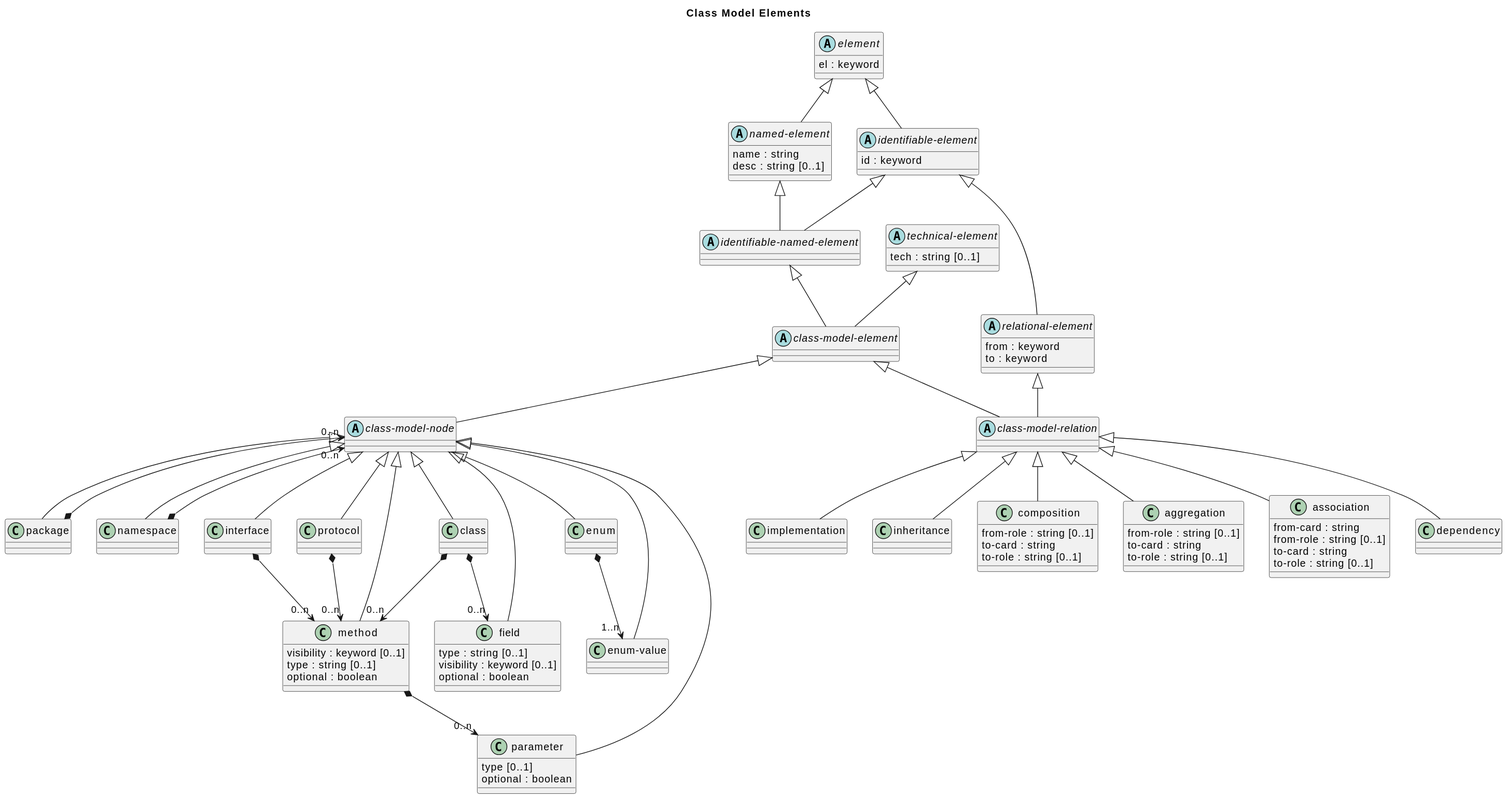
soulspace-org/overarch keeps this PlantUML diagram as doc/images/overarch/data-model/class-model-elements.svg. Above is the earlier version. The source it was exported from:
```plantuml
@startuml
title Class Model Elements
abstract class "element" as overarch_dataModel_element {
  el : keyword
}
abstract class "identifiable-element" as overarch_dataModel_identifiableElement {
  id : keyword
}
abstract class "named-element" as overarch_dataModel_namedElement {
  name : string
  desc : string [0..1]
}
abstract class "identifiable-named-element" as overarch_dataModel_identifiableNamedElement {}
abstract class "relational-element" as overarch_dataModel_relationalElement {
  from : keyword
  to : keyword
}
abstract class "technical-element" as overarch_dataModel_technicalElement {
  tech : string [0..1]
}
abstract class "class-model-element" as overarch_dataModel_classModelElement {}
abstract class "class-model-node" as overarch_dataModel_classModelNode {}
abstract class "class-model-relation" as overarch_dataModel_classModelRelation {}
class "package" as overarch_dataModel_package {}
class "namespace" as overarch_dataModel_namespace {}
class "interface" as overarch_dataModel_interface {}
class "protocol" as overarch_dataModel_protocol {}
class "class" as overarch_dataModel_class {}
class "enum" as overarch_dataModel_enum {}
class "enum-value" as overarch_dataModel_enumValue {}
class "field" as overarch_dataModel_field {
  type : string [0..1]
  visibility : keyword [0..1]
  optional : boolean
}
class "method" as overarch_dataModel_method {
  visibility : keyword [0..1]
  type : string [0..1]
  optional : boolean
}
class "parameter" as overarch_dataModel_parameter {
  type [0..1]
  optional : boolean
}
class "implementation" as overarch_dataModel_implementation {}
class "inheritance" as overarch_dataModel_inheritance {}
class "composition" as overarch_dataModel_composition {
  from-role : string [0..1]
  to-card : string
  to-role : string [0..1]
}
class "aggregation" as overarch_dataModel_aggregation {
  from-role : string [0..1]
  to-card : string
  to-role : string [0..1]
}
class "association" as overarch_dataModel_association {
  from-card : string
  from-role : string [0..1]
  to-card : string
  to-role : string [0..1]
}
class "dependency" as overarch_dataModel_dependency {}
overarch_dataModel_element <|-- overarch_dataModel_identifiableElement
overarch_dataModel_element <|-- overarch_dataModel_namedElement
overarch_dataModel_identifiableElement <|-- overarch_dataModel_identifiableNamedElement
overarch_dataModel_namedElement <|-- overarch_dataModel_identifiableNamedElement
overarch_dataModel_identifiableElement <|-- overarch_dataModel_relationalElement
overarch_dataModel_identifiableNamedElement <|-- overarch_dataModel_classModelElement
overarch_dataModel_technicalElement <|-- overarch_dataModel_classModelElement
overarch_dataModel_classModelElement <|-- overarch_dataModel_classModelNode
overarch_dataModel_classModelElement <|-- overarch_dataModel_classModelRelation
overarch_dataModel_relationalElement <|-- overarch_dataModel_classModelRelation
overarch_dataModel_classModelNode <|-- overarch_dataModel_package
overarch_dataModel_package *-->  "0..n" overarch_dataModel_classModelNode
overarch_dataModel_classModelNode <|-- overarch_dataModel_namespace
overarch_dataModel_namespace *-->  "0..n" overarch_dataModel_classModelNode
overarch_dataModel_classModelNode <|-- overarch_dataModel_interface
overarch_dataModel_interface *-->  "0..n" overarch_dataModel_method
overarch_dataModel_classModelNode <|-- overarch_dataModel_protocol
overarch_dataModel_protocol *-->  "0..n" overarch_dataModel_method
overarch_dataModel_classModelNode <|-- overarch_dataModel_class
overarch_dataModel_classModelNode <|-- overarch_dataModel_field
overarch_dataModel_class *-->  "0..n" overarch_dataModel_field
overarch_dataModel_classModelNode <|-- overarch_dataModel_method
overarch_dataModel_class *-->  "0..n" overarch_dataModel_method
overarch_dataModel_classModelNode <|-- overarch_dataModel_parameter
overarch_dataModel_method *-->  "0..n" overarch_dataModel_parameter
overarch_dataModel_classModelNode <|-- overarch_dataModel_enum
overarch_dataModel_enum *-->  "1..n" overarch_dataModel_enumValue
overarch_dataModel_classModelNode <|-- overarch_dataModel_enumValue
overarch_dataModel_classModelRelation <|-- overarch_dataModel_implementation
overarch_dataModel_classModelRelation <|-- overarch_dataModel_inheritance
overarch_dataModel_classModelRelation <|-- overarch_dataModel_composition
overarch_dataModel_classModelRelation <|-- overarch_dataModel_aggregation
overarch_dataModel_classModelRelation <|-- overarch_dataModel_association
overarch_dataModel_classModelRelation <|-- overarch_dataModel_dependency
@enduml
```
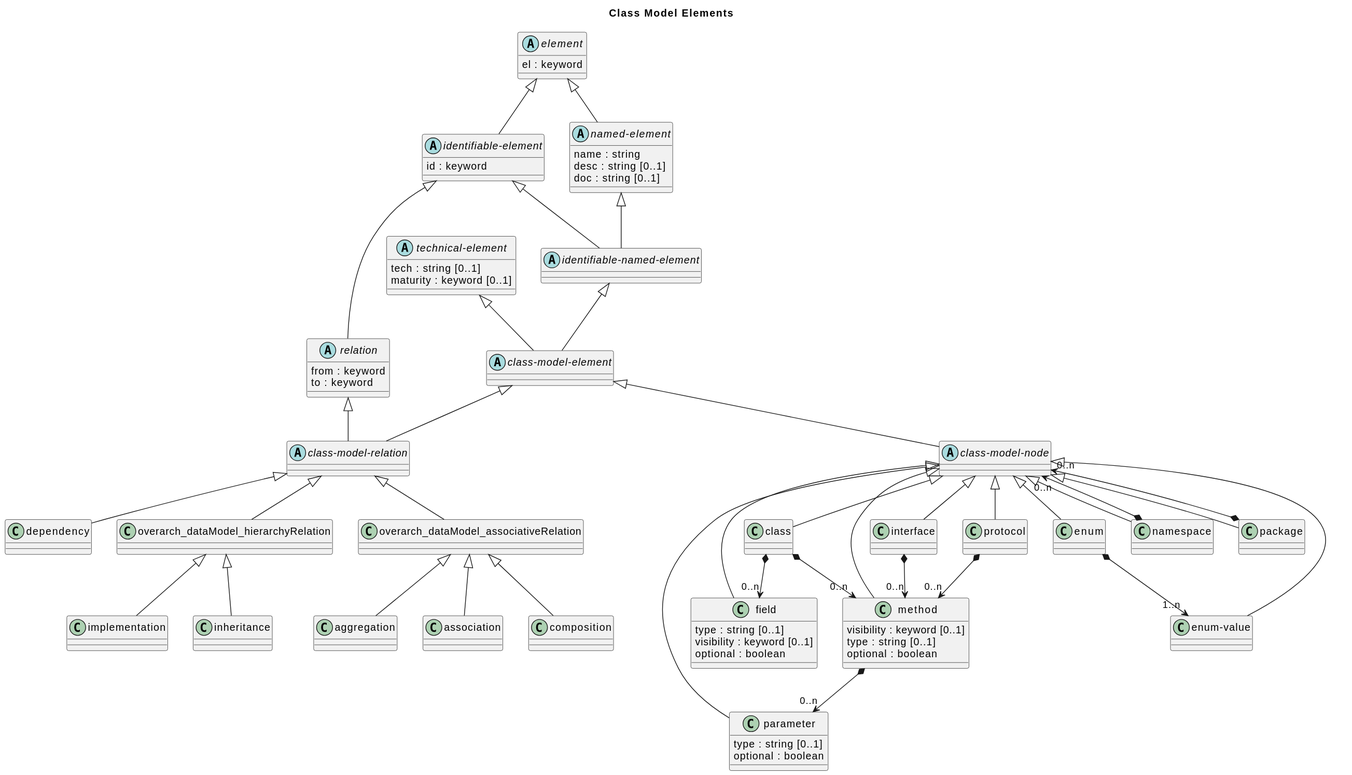
Later version of the same file.

Commit message:
updated data model and diagrams

Change to the diagram source:
```diff
@@ -1,76 +1,66 @@
 @startuml
 title Class Model Elements
+
+class "aggregation" as overarch_dataModel_aggregation {}
+abstract class "identifiable-named-element" as overarch_dataModel_identifiableNamedElement {}
+abstract class "class-model-relation" as overarch_dataModel_classModelRelation {}
+class "namespace" as overarch_dataModel_namespace {}
 abstract class "element" as overarch_dataModel_element {
   el : keyword
 }
+class "association" as overarch_dataModel_association {}
+class "parameter" as overarch_dataModel_parameter {
+  type : string [0..1]
+  optional : boolean
+}
+class "package" as overarch_dataModel_package {}
+class "method" as overarch_dataModel_method {
+  visibility : keyword [0..1]
+  type : string [0..1]
+  optional : boolean
+}
+abstract class "relation" as overarch_dataModel_relation {
+  from : keyword
+  to : keyword
+}
+abstract class "class-model-node" as overarch_dataModel_classModelNode {}
+abstract class "named-element" as overarch_dataModel_namedElement {
+  name : string
+  desc : string [0..1]
+  doc : string [0..1]
+}
+abstract class "class-model-element" as overarch_dataModel_classModelElement {}
 abstract class "identifiable-element" as overarch_dataModel_identifiableElement {
   id : keyword
 }
-abstract class "named-element" as overarch_dataModel_namedElement {
-  name : string
-  desc : string [0..1]
-}
-abstract class "identifiable-named-element" as overarch_dataModel_identifiableNamedElement {}
-abstract class "relational-element" as overarch_dataModel_relationalElement {
-  from : keyword
-  to : keyword
-}
+class "enum-value" as overarch_dataModel_enumValue {}
+class "dependency" as overarch_dataModel_dependency {}
+class "composition" as overarch_dataModel_composition {}
+class "implementation" as overarch_dataModel_implementation {}
 abstract class "technical-element" as overarch_dataModel_technicalElement {
   tech : string [0..1]
+  maturity : keyword [0..1]
 }
-abstract class "class-model-element" as overarch_dataModel_classModelElement {}
-abstract class "class-model-node" as overarch_dataModel_classModelNode {}
-abstract class "class-model-relation" as overarch_dataModel_classModelRelation {}
-class "package" as overarch_dataModel_package {}
-class "namespace" as overarch_dataModel_namespace {}
+class "inheritance" as overarch_dataModel_inheritance {}
 class "interface" as overarch_dataModel_interface {}
 class "protocol" as overarch_dataModel_protocol {}
+class "enum" as overarch_dataModel_enum {}
 class "class" as overarch_dataModel_class {}
-class "enum" as overarch_dataModel_enum {}
-class "enum-value" as overarch_dataModel_enumValue {}
 class "field" as overarch_dataModel_field {
   type : string [0..1]
   visibility : keyword [0..1]
   optional : boolean
 }
-class "method" as overarch_dataModel_method {
-  visibility : keyword [0..1]
-  type : string [0..1]
-  optional : boolean
-}
-class "parameter" as overarch_dataModel_parameter {
-  type [0..1]
-  optional : boolean
-}
-class "implementation" as overarch_dataModel_implementation {}
-class "inheritance" as overarch_dataModel_inheritance {}
-class "composition" as overarch_dataModel_composition {
-  from-role : string [0..1]
-  to-card : string
-  to-role : string [0..1]
-}
-class "aggregation" as overarch_dataModel_aggregation {
-  from-role : string [0..1]
-  to-card : string
-  to-role : string [0..1]
-}
-class "association" as overarch_dataModel_association {
-  from-card : string
-  from-role : string [0..1]
-  to-card : string
-  to-role : string [0..1]
-}
-class "dependency" as overarch_dataModel_dependency {}
 overarch_dataModel_element <|-- overarch_dataModel_identifiableElement
 overarch_dataModel_element <|-- overarch_dataModel_namedElement
 overarch_dataModel_identifiableElement <|-- overarch_dataModel_identifiableNamedElement
 overarch_dataModel_namedElement <|-- overarch_dataModel_identifiableNamedElement
-overarch_dataModel_identifiableElement <|-- overarch_dataModel_relationalElement
+overarch_dataModel_identifiableElement <|-- overarch_dataModel_relation
 overarch_dataModel_identifiableNamedElement <|-- overarch_dataModel_classModelElement
 overarch_dataModel_technicalElement <|-- overarch_dataModel_classModelElement
 overarch_dataModel_classModelElement <|-- overarch_dataModel_classModelNode
 overarch_dataModel_classModelElement <|-- overarch_dataModel_classModelRelation
-overarch_dataModel_relationalElement <|-- overarch_dataModel_classModelRelation
+overarch_dataModel_relation <|-- overarch_dataModel_classModelRelation
 overarch_dataModel_classModelNode <|-- overarch_dataModel_package
 overarch_dataModel_package *-->  "0..n" overarch_dataModel_classModelNode
 overarch_dataModel_classModelNode <|-- overarch_dataModel_namespace
@@ -89,10 +79,12 @@
 overarch_dataModel_classModelNode <|-- overarch_dataModel_enum
 overarch_dataModel_enum *-->  "1..n" overarch_dataModel_enumValue
 overarch_dataModel_classModelNode <|-- overarch_dataModel_enumValue
-overarch_dataModel_classModelRelation <|-- overarch_dataModel_implementation
-overarch_dataModel_classModelRelation <|-- overarch_dataModel_inheritance
-overarch_dataModel_classModelRelation <|-- overarch_dataModel_composition
-overarch_dataModel_classModelRelation <|-- overarch_dataModel_aggregation
-overarch_dataModel_classModelRelation <|-- overarch_dataModel_association
+overarch_dataModel_classModelRelation <|-- overarch_dataModel_hierarchyRelation
+overarch_dataModel_classModelRelation <|-- overarch_dataModel_associativeRelation
+overarch_dataModel_hierarchyRelation <|-- overarch_dataModel_implementation
+overarch_dataModel_hierarchyRelation <|-- overarch_dataModel_inheritance
+overarch_dataModel_associativeRelation <|-- overarch_dataModel_composition
+overarch_dataModel_associativeRelation <|-- overarch_dataModel_aggregation
+overarch_dataModel_associativeRelation <|-- overarch_dataModel_association
 overarch_dataModel_classModelRelation <|-- overarch_dataModel_dependency
 @enduml
```
